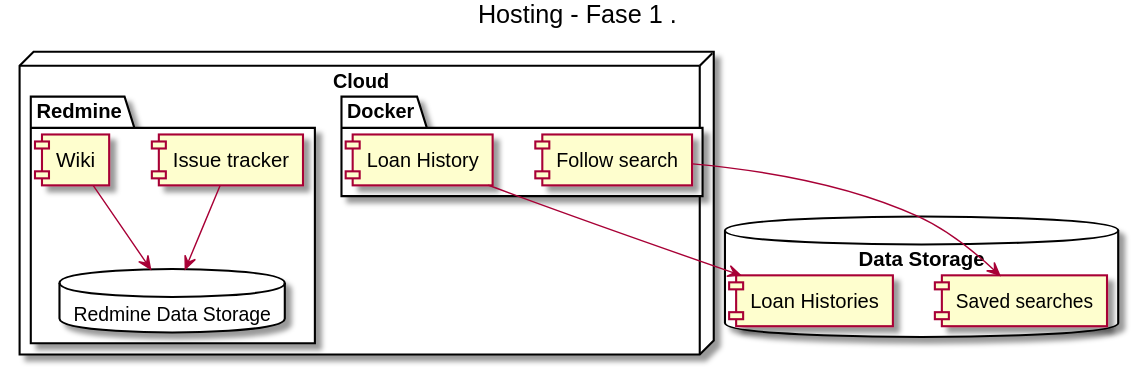
danskernesdigitalebibliotek/plantuml keeps this PlantUML diagram as docs/hosting/fase1.svg. Above is the earlier version.
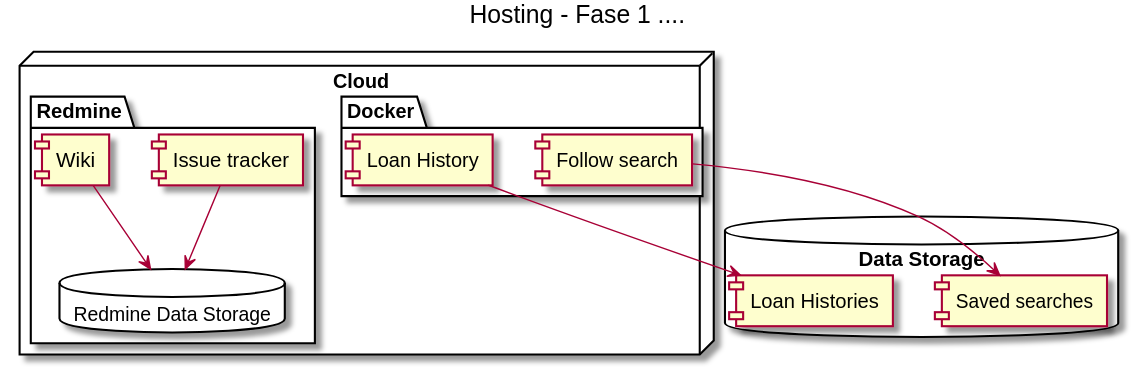
After the commit.

The edit, as a diff of the source:
```diff
@@ -1,6 +1,6 @@
 @startuml
 
-title Hosting - Fase 1 .
+title Hosting - Fase 1 ....
 
 node "Cloud" as cloud {
     package "Redmine" {
```
